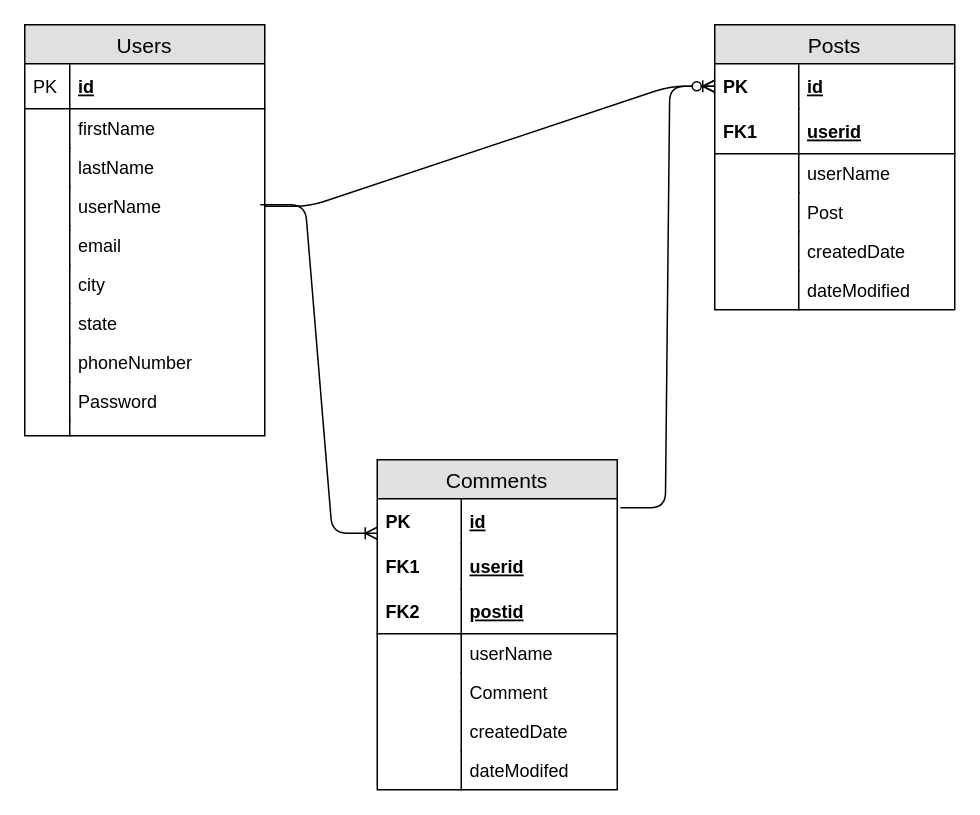
scrog58/PromineoTechSQL keeps this draw.io diagram as Untitled Diagram.drawio. Above is the earlier version. Source tidied: cells renumbered, new cells numbered last; positions are measured from the earlier drawing's top-left corner, leaving out a move shared by most shapes. Both pictures are drawn from the tidied source at 150%, with x=0, y=0 at pixel (24, 24).
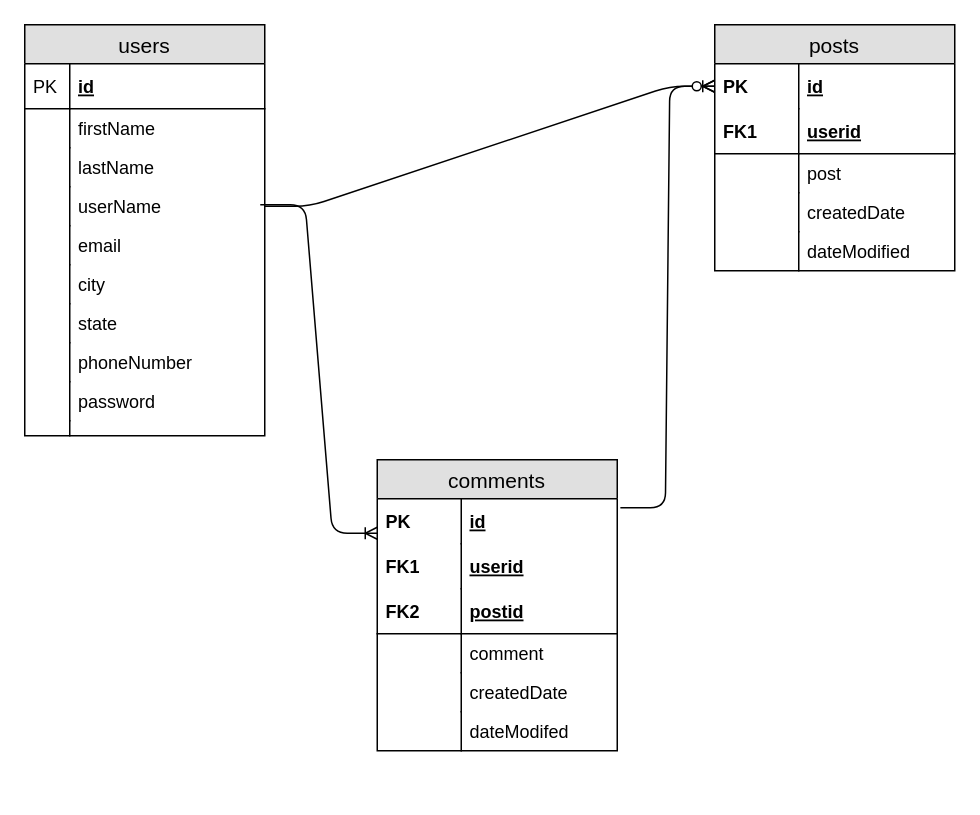
Above is the later version.

The edit, as a diff of the source:
```diff
@@
-    <mxCell id="2" value="Users" style="swimlane;fontStyle=0;horizontal=1;startSize=26;fillColor=#e0e0e0;swimlaneFillColor=#ffffff;align=center;fontSize=14;" parent="1" vertex="1">
+    <mxCell id="2" value="users" style="swimlane;fontStyle=0;horizontal=1;startSize=26;fillColor=#e0e0e0;swimlaneFillColor=#ffffff;align=center;fontSize=14;" parent="1" vertex="1">
       <mxGeometry width="160" height="274" as="geometry" />
     </mxCell>
@@
-    <mxCell id="19" value="Password" style="shape=partialRectangle;top=0;left=0;right=0;bottom=0;align=left;verticalAlign=top;fillColor=none;spacingLeft=34;spacingRight=4;overflow=hidden;fontSize=12;" parent="2" vertex="1">
+    <mxCell id="19" value="password" style="shape=partialRectangle;top=0;left=0;right=0;bottom=0;align=left;verticalAlign=top;fillColor=none;spacingLeft=34;spacingRight=4;overflow=hidden;fontSize=12;" parent="2" vertex="1">
       <mxGeometry y="238" width="160" height="26" as="geometry" />
     </mxCell>
@@
-    <mxCell id="26" value="Posts" style="swimlane;fontStyle=0;horizontal=1;startSize=26;fillColor=#e0e0e0;swimlaneFillColor=#ffffff;align=center;fontSize=14;" parent="1" vertex="1">
-      <mxGeometry x="460" width="160" height="190" as="geometry" />
+    <mxCell id="26" value="posts" style="swimlane;fontStyle=0;horizontal=1;startSize=26;fillColor=#e0e0e0;swimlaneFillColor=#ffffff;align=center;fontSize=14;" parent="1" vertex="1">
+      <mxGeometry x="460" width="160" height="164" as="geometry" />
     </mxCell>
@@
-    <mxCell id="31" value="userName" style="shape=partialRectangle;top=0;left=0;right=0;bottom=0;align=left;verticalAlign=top;fillColor=none;spacingLeft=60;spacingRight=4;overflow=hidden;fontSize=12;" parent="26" vertex="1">
-      <mxGeometry y="86" width="160" height="26" as="geometry" />
-    </mxCell>
-    <mxCell id="32" style="shape=partialRectangle;top=0;left=0;bottom=0;fillColor=none;align=left;verticalAlign=top;spacingLeft=4;spacingRight=4;overflow=hidden;fontSize=12;" parent="31" vertex="1">
-      <mxGeometry width="56" height="26" as="geometry" />
-    </mxCell>
-    <mxCell id="33" value="Post" style="shape=partialRectangle;top=0;left=0;right=0;bottom=0;align=left;verticalAlign=top;fillColor=none;spacingLeft=60;spacingRight=4;overflow=hidden;fontSize=12;" parent="26" vertex="1">
-      <mxGeometry y="112" width="160" height="26" as="geometry" />
+    <mxCell id="33" value="post" style="shape=partialRectangle;top=0;left=0;right=0;bottom=0;align=left;verticalAlign=top;fillColor=none;spacingLeft=60;spacingRight=4;overflow=hidden;fontSize=12;" parent="26" vertex="1">
+      <mxGeometry y="86" width="160" height="26" as="geometry" />
     </mxCell>
@@
     <mxCell id="35" value="createdDate" style="shape=partialRectangle;top=0;left=0;right=0;bottom=0;align=left;verticalAlign=top;fillColor=none;spacingLeft=60;spacingRight=4;overflow=hidden;fontSize=12;" parent="26" vertex="1">
-      <mxGeometry y="138" width="160" height="26" as="geometry" />
+      <mxGeometry y="112" width="160" height="26" as="geometry" />
     </mxCell>
@@
     <mxCell id="37" value="dateModified" style="shape=partialRectangle;top=0;left=0;right=0;bottom=0;align=left;verticalAlign=top;fillColor=none;spacingLeft=60;spacingRight=4;overflow=hidden;fontSize=12;" parent="26" vertex="1">
-      <mxGeometry y="164" width="160" height="26" as="geometry" />
+      <mxGeometry y="138" width="160" height="26" as="geometry" />
     </mxCell>
@@
-    <mxCell id="39" value="Comments" style="swimlane;fontStyle=0;horizontal=1;startSize=26;fillColor=#e0e0e0;swimlaneFillColor=#ffffff;align=center;fontSize=14;" parent="1" vertex="1">
-      <mxGeometry x="235" y="290" width="160" height="220" as="geometry" />
+    <mxCell id="39" value="comments" style="swimlane;fontStyle=0;horizontal=1;startSize=26;fillColor=#e0e0e0;swimlaneFillColor=#ffffff;align=center;fontSize=14;" parent="1" vertex="1">
+      <mxGeometry x="235" y="290" width="160" height="194" as="geometry" />
     </mxCell>
@@
-    <mxCell id="46" value="userName" style="shape=partialRectangle;top=0;left=0;right=0;bottom=0;align=left;verticalAlign=top;fillColor=none;spacingLeft=60;spacingRight=4;overflow=hidden;fontSize=12;" parent="39" vertex="1">
-      <mxGeometry y="116" width="160" height="26" as="geometry" />
-    </mxCell>
-    <mxCell id="47" style="shape=partialRectangle;fontStyle=1;top=0;left=0;bottom=0;fillColor=none;align=left;verticalAlign=top;spacingLeft=4;spacingRight=4;overflow=hidden;fontSize=12;" parent="46" vertex="1">
-      <mxGeometry width="56" height="26" as="geometry" />
-    </mxCell>
-    <mxCell id="48" value="Comment" style="shape=partialRectangle;top=0;left=0;right=0;bottom=0;align=left;verticalAlign=top;fillColor=none;spacingLeft=60;spacingRight=4;overflow=hidden;fontSize=12;" parent="39" vertex="1">
-      <mxGeometry y="142" width="160" height="26" as="geometry" />
+    <mxCell id="48" value="comment" style="shape=partialRectangle;top=0;left=0;right=0;bottom=0;align=left;verticalAlign=top;fillColor=none;spacingLeft=60;spacingRight=4;overflow=hidden;fontSize=12;" parent="39" vertex="1">
+      <mxGeometry y="116" width="160" height="26" as="geometry" />
     </mxCell>
@@
     <mxCell id="50" value="createdDate" style="shape=partialRectangle;top=0;left=0;right=0;bottom=0;align=left;verticalAlign=top;fillColor=none;spacingLeft=60;spacingRight=4;overflow=hidden;fontSize=12;" parent="39" vertex="1">
-      <mxGeometry y="168" width="160" height="26" as="geometry" />
+      <mxGeometry y="142" width="160" height="26" as="geometry" />
     </mxCell>
@@
     <mxCell id="52" value="dateModifed" style="shape=partialRectangle;top=0;left=0;right=0;bottom=0;align=left;verticalAlign=top;fillColor=none;spacingLeft=60;spacingRight=4;overflow=hidden;fontSize=12;" parent="39" vertex="1">
-      <mxGeometry y="194" width="160" height="26" as="geometry" />
+      <mxGeometry y="168" width="160" height="26" as="geometry" />
     </mxCell>
```
